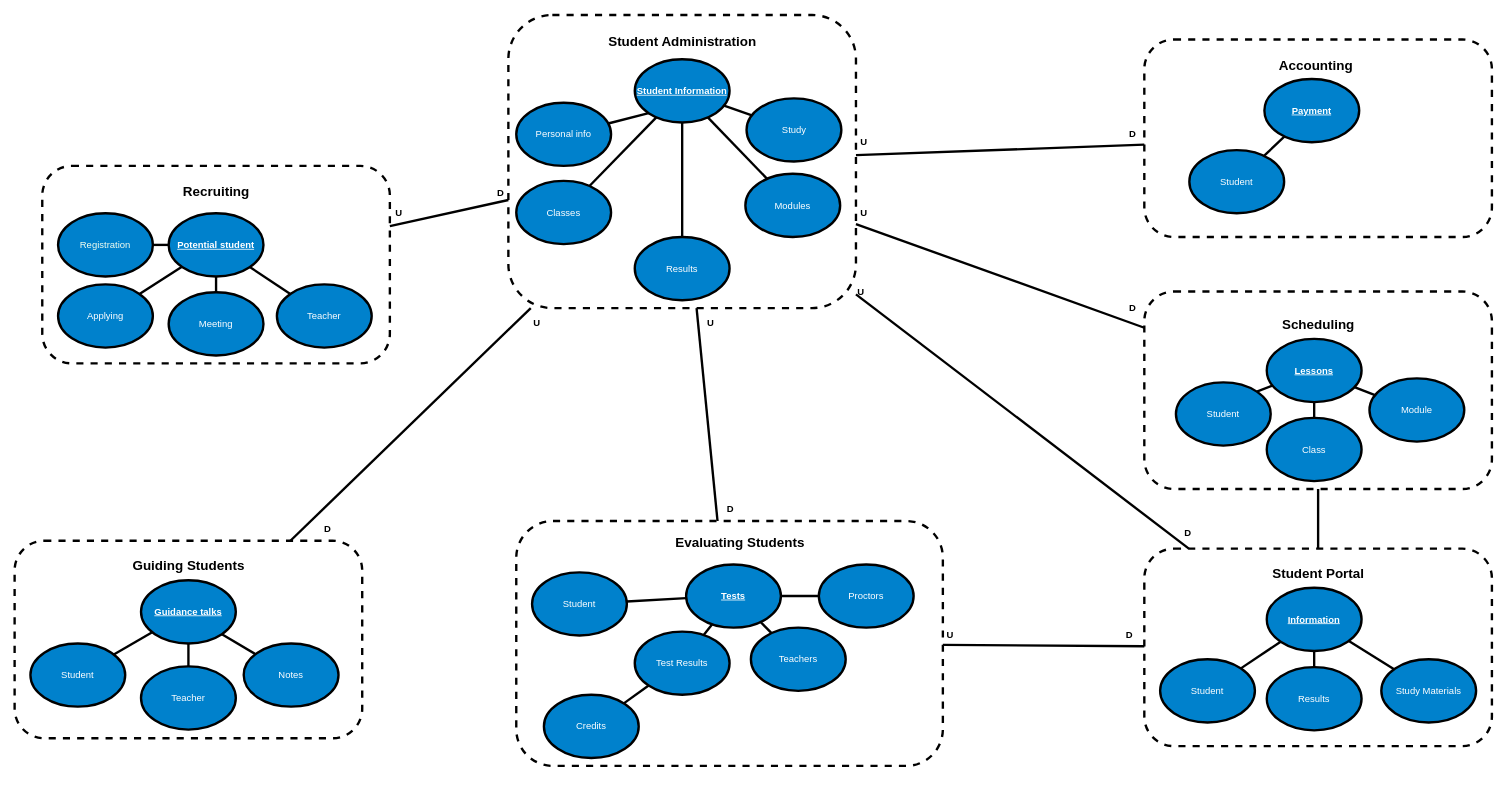
Earlier version of the draw.io diagram Context map.drawio (avantys-solutionarchitecture/documentation). Source tidied: cells renumbered, new cells numbered last; positions are measured from the earlier drawing's top-left corner, leaving out a move shared by most shapes. Both pictures are drawn from the tidied source at 79%, with x=0, y=0 at pixel (14, 14).
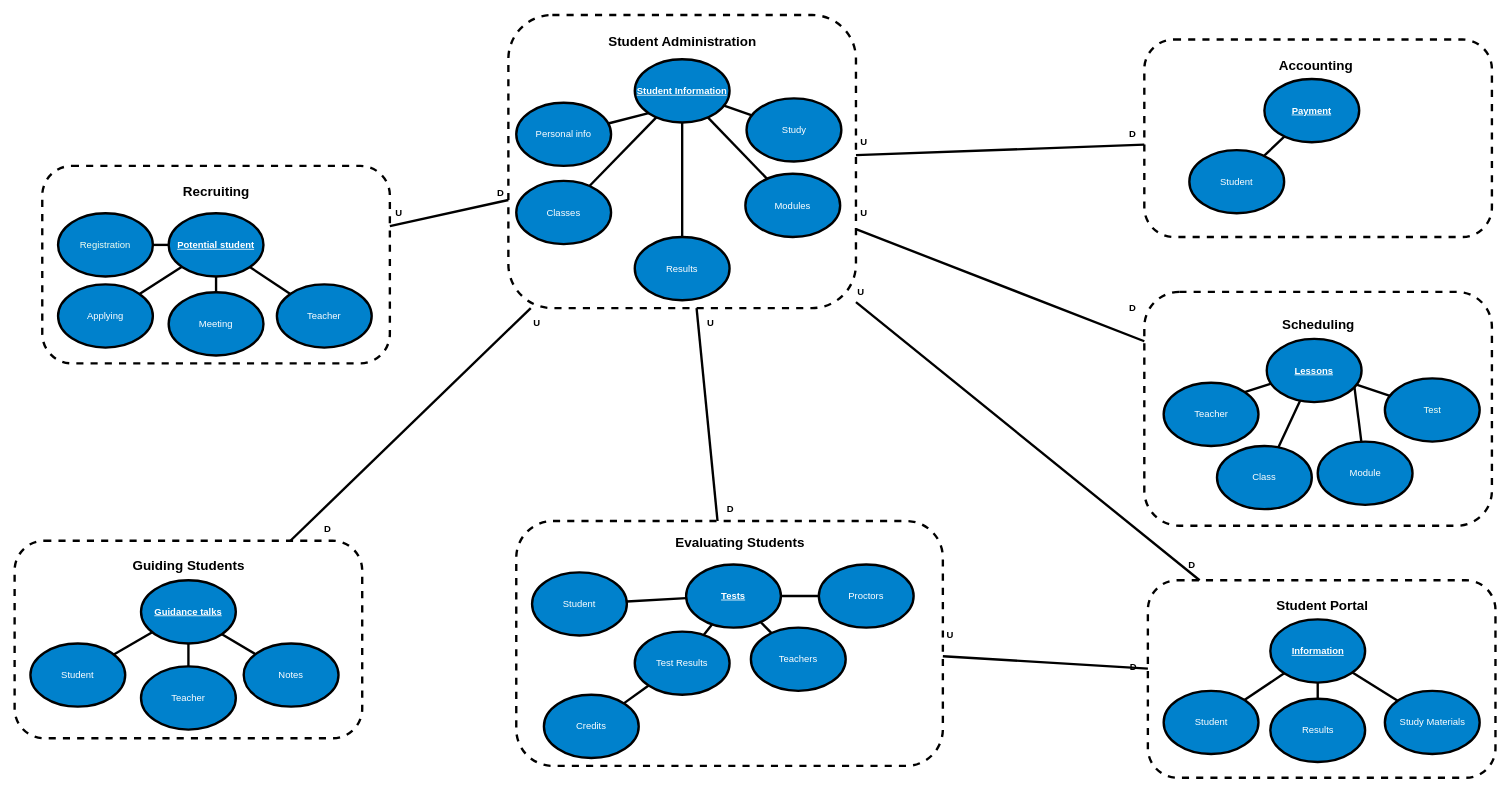
The same diagram, later.

Commit message (it also covers changes not shown here):
Update context map

Unchanged cells that the change refers to:
```xml
<mxCell id="55" value="&lt;font color=&quot;#ffffff&quot;&gt;&lt;b&gt;&lt;u&gt;Lessons&lt;/u&gt;&lt;/b&gt;&lt;/font&gt;" style="ellipse;whiteSpace=wrap;html=1;strokeWidth=3;align=center;fontColor=#F3FFF0;fillColor=#0081CC;" parent="1" vertex="1">
  <mxGeometry x="1585" y="410.5" width="120" height="80" as="geometry" />
</mxCell>
<mxCell id="71" style="endArrow=none;html=1;fontColor=#F3FFF0;strokeWidth=3;" parent="1" edge="1" source="4" target="6">
  <mxGeometry relative="1" as="geometry" />
</mxCell>
```

Change to the diagram source:
```diff
@@
     <mxCell id="8" style="rounded=1;whiteSpace=wrap;html=1;dashed=1;strokeWidth=3;" parent="1" vertex="1">
-      <mxGeometry x="1430" y="676" width="440" height="250" as="geometry" />
+      <mxGeometry x="1434.5" y="716" width="440" height="250" as="geometry" />
     </mxCell>
     <mxCell id="9" value="&lt;div style=&quot;text-align: right ; font-size: 17px&quot;&gt;&lt;font style=&quot;font-size: 17px&quot;&gt;&lt;b&gt;Student Portal&lt;/b&gt;&lt;/font&gt;&lt;/div&gt;" style="text;html=1;align=center;verticalAlign=top;spacingTop=-4;" parent="1" vertex="1">
-      <mxGeometry x="1585" y="696" width="130" height="20" as="geometry" />
+      <mxGeometry x="1589.5" y="736" width="130" height="20" as="geometry" />
     </mxCell>
@@
     <mxCell id="17" style="rounded=1;whiteSpace=wrap;html=1;dashed=1;strokeWidth=3;" parent="1" vertex="1">
-      <mxGeometry x="1430" y="350.5" width="440" height="250" as="geometry" />
+      <mxGeometry x="1430" y="351" width="440" height="296" as="geometry" />
     </mxCell>
@@
     <mxCell id="20" value="&lt;font color=&quot;#ffffff&quot;&gt;&lt;b&gt;&lt;u&gt;Information&lt;/u&gt;&lt;/b&gt;&lt;/font&gt;" style="ellipse;whiteSpace=wrap;html=1;strokeWidth=3;align=center;fontColor=#F3FFF0;fillColor=#0081CC;" parent="1" vertex="1">
-      <mxGeometry x="1585" y="725.5" width="120" height="80" as="geometry" />
+      <mxGeometry x="1589.5" y="765.5" width="120" height="80" as="geometry" />
     </mxCell>
@@
     <mxCell id="32" value="&lt;font color=&quot;#ffffff&quot;&gt;Student&lt;/font&gt;" style="ellipse;whiteSpace=wrap;html=1;strokeWidth=3;align=center;fontColor=#F3FFF0;fillColor=#0081CC;" parent="1" vertex="1">
-      <mxGeometry x="1450" y="816" width="120" height="80" as="geometry" />
+      <mxGeometry x="1454.5" y="856" width="120" height="80" as="geometry" />
     </mxCell>
@@
     <mxCell id="44" value="&lt;font color=&quot;#ffffff&quot;&gt;Results&lt;br&gt;&lt;/font&gt;" style="ellipse;whiteSpace=wrap;html=1;strokeWidth=3;align=center;fontColor=#F3FFF0;fillColor=#0081CC;" parent="1" vertex="1">
-      <mxGeometry x="1585" y="826" width="120" height="80" as="geometry" />
+      <mxGeometry x="1589.5" y="866" width="120" height="80" as="geometry" />
     </mxCell>
     <mxCell id="45" value="&lt;font color=&quot;#ffffff&quot;&gt;Study Materials&lt;br&gt;&lt;/font&gt;" style="ellipse;whiteSpace=wrap;html=1;strokeWidth=3;align=center;fontColor=#F3FFF0;fillColor=#0081CC;" parent="1" vertex="1">
-      <mxGeometry x="1730" y="816" width="120" height="80" as="geometry" />
+      <mxGeometry x="1734.5" y="856" width="120" height="80" as="geometry" />
     </mxCell>
@@
-    <mxCell id="54" value="&lt;font color=&quot;#ffffff&quot;&gt;Student&lt;/font&gt;" style="ellipse;whiteSpace=wrap;html=1;strokeWidth=3;align=center;fontColor=#F3FFF0;fillColor=#0081CC;" parent="1" vertex="1">
-      <mxGeometry x="1470" y="465.5" width="120" height="80" as="geometry" />
+    <mxCell id="54" value="&lt;font color=&quot;#ffffff&quot;&gt;Teacher&lt;/font&gt;" style="ellipse;whiteSpace=wrap;html=1;strokeWidth=3;align=center;fontColor=#F3FFF0;fillColor=#0081CC;" parent="1" vertex="1">
+      <mxGeometry x="1454.5" y="466" width="120" height="80" as="geometry" />
     </mxCell>
@@
     <mxCell id="56" value="&lt;font color=&quot;#ffffff&quot;&gt;Class&lt;/font&gt;" style="ellipse;whiteSpace=wrap;html=1;strokeWidth=3;align=center;fontColor=#F3FFF0;fillColor=#0081CC;" parent="1" vertex="1">
-      <mxGeometry x="1585" y="510.5" width="120" height="80" as="geometry" />
+      <mxGeometry x="1522" y="546" width="120" height="80" as="geometry" />
     </mxCell>
     <mxCell id="57" value="&lt;font color=&quot;#ffffff&quot;&gt;Module&lt;/font&gt;" style="ellipse;whiteSpace=wrap;html=1;strokeWidth=3;align=center;fontColor=#F3FFF0;fillColor=#0081CC;" parent="1" vertex="1">
-      <mxGeometry x="1715" y="460.5" width="120" height="80" as="geometry" />
+      <mxGeometry x="1649.5" y="540.5" width="120" height="80" as="geometry" />
     </mxCell>
@@
     <mxCell id="74" value="&lt;b&gt;D&lt;/b&gt;" style="text;html=1;align=center;verticalAlign=middle;labelBackgroundColor=#ffffff;" parent="71" vertex="1">
       <mxGeometry x="0.91" relative="1" as="geometry">
-        <mxPoint x="71" y="491" as="offset" />
+        <mxPoint x="75.5" y="531" as="offset" />
       </mxGeometry>
     </mxCell>
@@
-    <mxCell id="83" style="endArrow=none;html=1;fontColor=#F3FFF0;strokeWidth=3;" parent="1" edge="1" source="8" target="17">
-      <mxGeometry relative="1" as="geometry" />
-    </mxCell>
@@
     <mxCell id="88" value="&lt;b&gt;D&lt;/b&gt;" style="text;html=1;align=left;verticalAlign=top;spacingTop=-4;" parent="1" vertex="1">
-      <mxGeometry x="1405" y="776" width="20" height="20" as="geometry" />
+      <mxGeometry x="1409.5" y="816" width="20" height="20" as="geometry" />
     </mxCell>
@@
+    <mxCell id="93" value="Test" style="ellipse;whiteSpace=wrap;html=1;strokeWidth=3;align=center;fontColor=#F3FFF0;fillColor=#0081CC;" parent="1" vertex="1">
+      <mxGeometry x="1734.5" y="460.5" width="120" height="80" as="geometry" />
+    </mxCell>
+    <mxCell id="94" style="endArrow=none;html=1;fontColor=#F3FFF0;strokeWidth=3;" parent="1" edge="1" source="93" target="55">
+      <mxGeometry relative="1" as="geometry" />
+    </mxCell>
```
